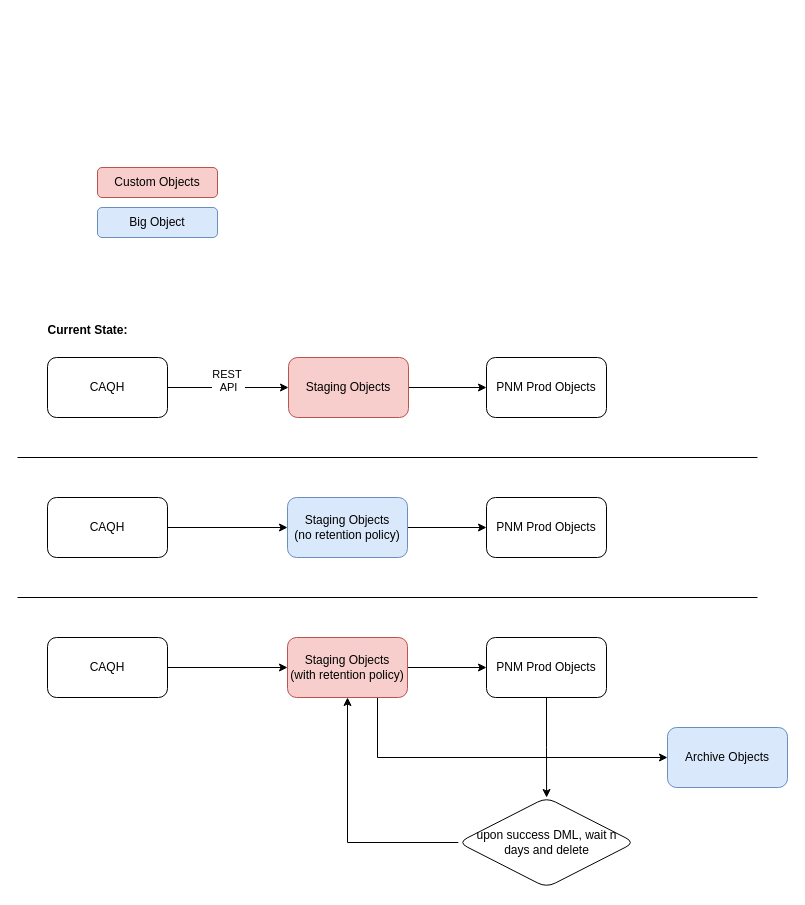
payam-e/diagrams keeps this draw.io diagram as CAQH.drawio. Above is the earlier version. Source tidied: cells renumbered, new cells numbered last; positions are measured from the earlier drawing's top-left corner, leaving out a move shared by most shapes. Both pictures are drawn from the tidied source at 100%, with x=0, y=0 at pixel (17, 167).
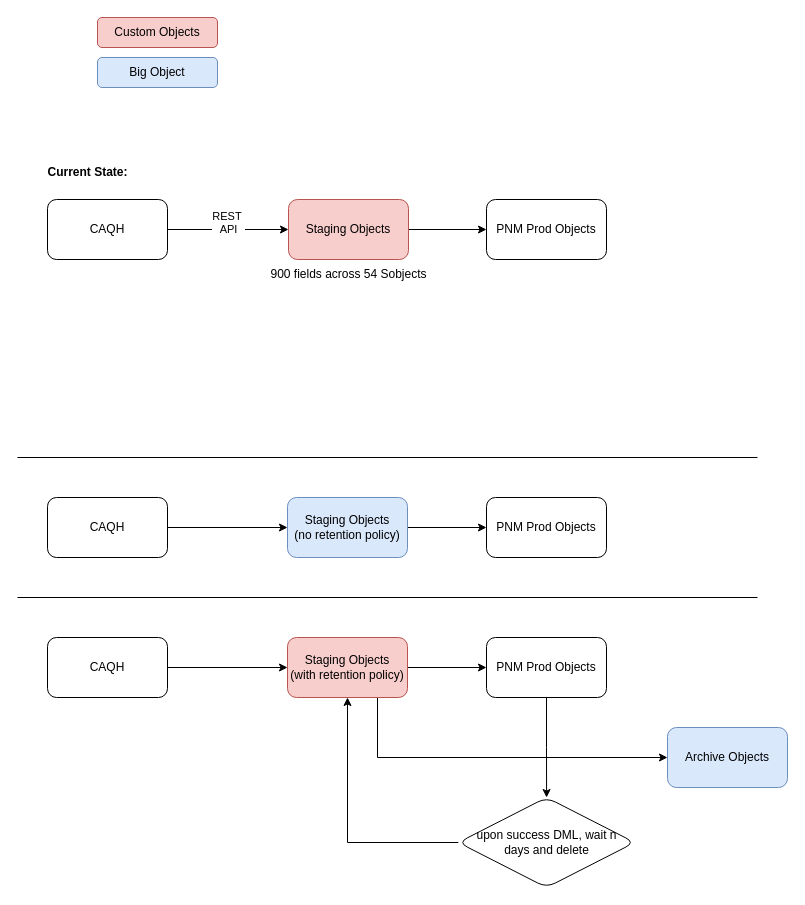
Above is the later version.

The edit, as a diff of the source:
```diff
@@
     <mxCell id="3" value="CAQH" style="rounded=1;whiteSpace=wrap;html=1;" parent="1" vertex="1">
-      <mxGeometry x="30" y="190" width="120" height="60" as="geometry" />
+      <mxGeometry x="30" y="32" width="120" height="60" as="geometry" />
     </mxCell>
@@
     <mxCell id="5" value="Staging Objects" style="whiteSpace=wrap;html=1;rounded=1;fillColor=#f8cecc;strokeColor=#b85450;" parent="1" vertex="1">
-      <mxGeometry x="271" y="190" width="120" height="60" as="geometry" />
+      <mxGeometry x="271" y="32" width="120" height="60" as="geometry" />
     </mxCell>
     <mxCell id="6" value="PNM Prod Objects" style="whiteSpace=wrap;html=1;rounded=1;" parent="1" vertex="1">
-      <mxGeometry x="469" y="190" width="120" height="60" as="geometry" />
+      <mxGeometry x="469" y="32" width="120" height="60" as="geometry" />
     </mxCell>
@@
     <mxCell id="13" value="Custom Objects" style="rounded=1;whiteSpace=wrap;html=1;fillColor=#f8cecc;strokeColor=#b85450;" parent="1" vertex="1">
-      <mxGeometry x="80" width="120" height="30" as="geometry" />
+      <mxGeometry x="80" y="-150" width="120" height="30" as="geometry" />
     </mxCell>
     <mxCell id="14" value="Big Object" style="rounded=1;whiteSpace=wrap;html=1;fillColor=#dae8fc;strokeColor=#6c8ebf;" parent="1" vertex="1">
-      <mxGeometry x="80" y="40" width="120" height="30" as="geometry" />
+      <mxGeometry x="80" y="-110" width="120" height="30" as="geometry" />
     </mxCell>
@@
     <mxCell id="26" value="Current State:" style="text;html=1;align=center;verticalAlign=middle;strokeColor=none;fillColor=none;fontStyle=1;" parent="1" vertex="1">
-      <mxGeometry x="20" y="148" width="100" height="30" as="geometry" />
+      <mxGeometry x="20" y="-10" width="100" height="30" as="geometry" />
     </mxCell>
+    <mxCell id="27" value="900 fields across 54 Sobjects" style="text;html=1;align=center;verticalAlign=middle;strokeColor=none;fillColor=none;" parent="1" vertex="1">
+      <mxGeometry x="241" y="92" width="180" height="30" as="geometry" />
+    </mxCell>
```
